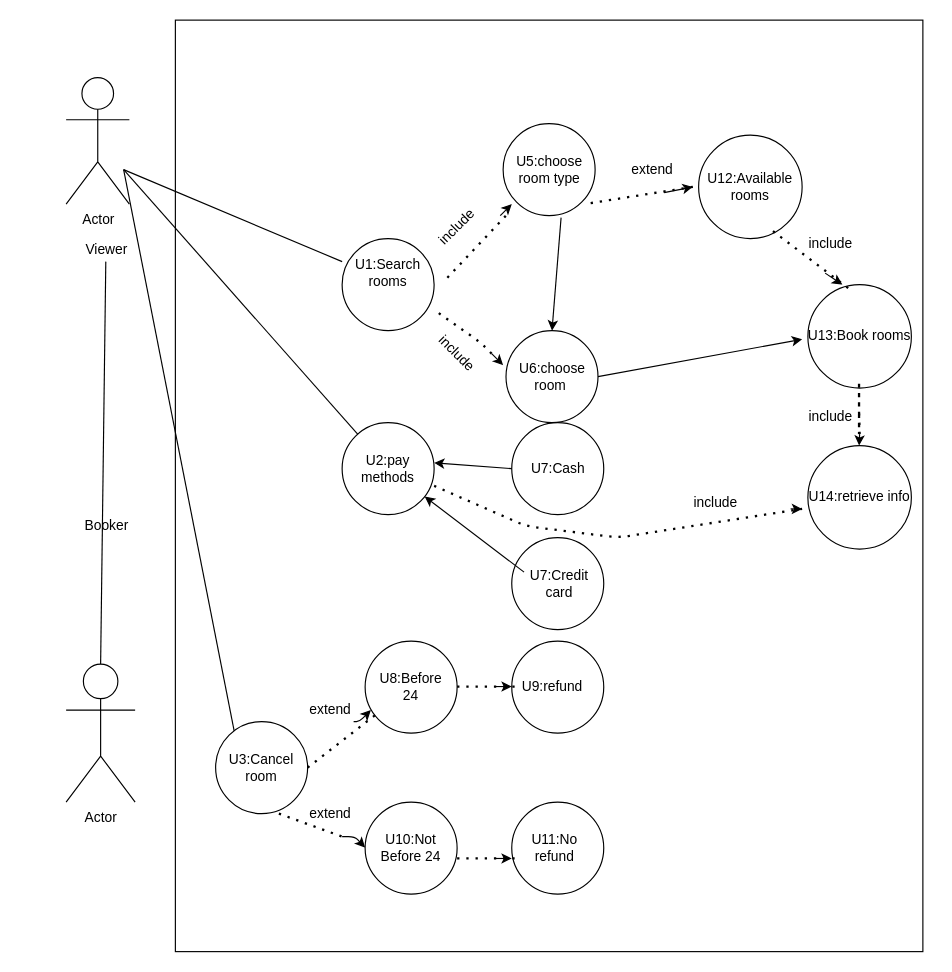
Earlier version of the draw.io diagram Hotel System Diagram.drawio (hadeelsala7/UserCase-HomeWork). Source tidied: cells renumbered, new cells numbered last; positions are measured from the earlier drawing's top-left corner, leaving out a move shared by most shapes. Both pictures are drawn from the tidied source at 115%, with x=0, y=0 at pixel (66, 20).
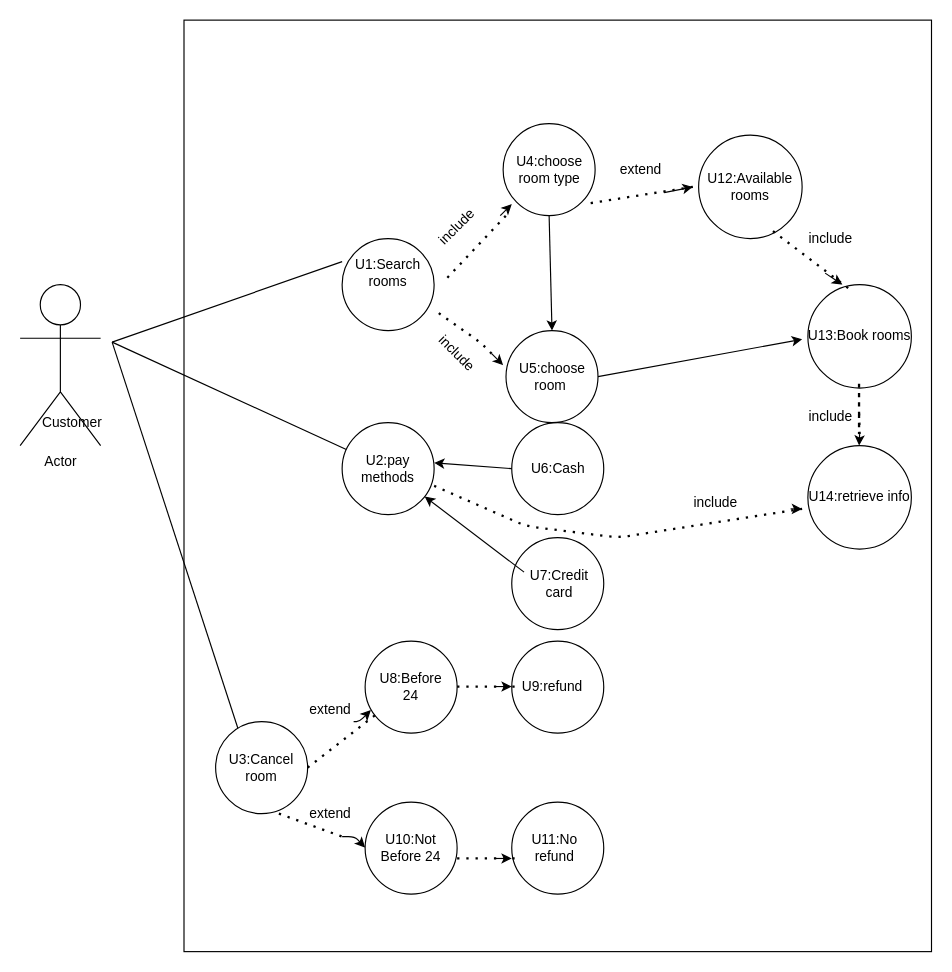
After the change.

The change refers to these unchanged cells:
```xml
<mxCell id="10" style="ellipse;whiteSpace=wrap;html=1;" parent="1" vertex="1">
  <mxGeometry x="240" y="350" width="80" height="80" as="geometry" />
</mxCell>
<mxCell id="14" value="U1:Search rooms" style="text;html=1;strokeColor=none;fillColor=none;align=center;verticalAlign=middle;whiteSpace=wrap;rounded=0;" parent="1" vertex="1">
  <mxGeometry x="240" y="210" width="80" height="20" as="geometry" />
</mxCell>
<mxCell id="17" style="ellipse;whiteSpace=wrap;html=1;" parent="1" vertex="1">
  <mxGeometry x="382.5" y="270" width="80" height="80" as="geometry" />
</mxCell>
<mxCell id="19" style="ellipse;whiteSpace=wrap;html=1;" parent="1" vertex="1">
  <mxGeometry x="380" y="90" width="80" height="80" as="geometry" />
</mxCell>
```

Diff of the diagram source:
```diff
@@
     <mxCell id="2" style="rounded=0;whiteSpace=wrap;html=1;" parent="1" vertex="1">
-      <mxGeometry x="95" width="650" height="810" as="geometry" />
+      <mxGeometry x="102.5" width="650" height="810" as="geometry" />
     </mxCell>
     <mxCell id="3" value="Actor" style="shape=umlActor;verticalLabelPosition=bottom;verticalAlign=top;html=1;" parent="1" vertex="1">
-      <mxGeometry y="50" width="55" height="110" as="geometry" />
+      <mxGeometry x="-40" y="230" width="70" height="140" as="geometry" />
     </mxCell>
-    <mxCell id="4" value="Actor" style="shape=umlActor;verticalLabelPosition=bottom;verticalAlign=top;html=1;outlineConnect=0;" parent="1" vertex="1">
-      <mxGeometry y="560" width="60" height="120" as="geometry" />
-    </mxCell>
-    <mxCell id="5" value="Booker&lt;br&gt;" style="text;html=1;align=center;verticalAlign=middle;" parent="1" vertex="1">
-      <mxGeometry x="10" y="430" width="50" height="20" as="geometry" />
-    </mxCell>
-    <mxCell id="6" value="Viewer" style="text;html=1;align=center;verticalAlign=middle;" parent="1" vertex="1">
-      <mxGeometry x="10" y="190" width="50" height="20" as="geometry" />
+    <mxCell id="6" value="Customer" style="text;html=1;align=center;verticalAlign=middle;" parent="1" vertex="1">
+      <mxGeometry x="-30" y="340" width="70" height="20" as="geometry" />
     </mxCell>
     <mxCell id="7" style="endArrow=none;html=1;entryX=0;entryY=0;entryDx=0;entryDy=0;" parent="1" edge="1" target="14">
       <mxGeometry relative="1" as="geometry">
-        <mxPoint x="50" y="130" as="sourcePoint" />
+        <mxPoint x="40" y="280" as="sourcePoint" />
       </mxGeometry>
     </mxCell>
@@
     <mxCell id="9" style="endArrow=none;html=1;" parent="1" edge="1" target="10">
       <mxGeometry relative="1" as="geometry">
-        <mxPoint x="50" y="130" as="sourcePoint" />
+        <mxPoint x="40" y="280" as="sourcePoint" />
       </mxGeometry>
     </mxCell>
@@
-    <mxCell id="11" style="endArrow=none;html=1;exitX=0.5;exitY=0;exitDx=0;exitDy=0;exitPerimeter=0;" parent="1" edge="1" source="4">
-      <mxGeometry relative="1" as="geometry">
-        <mxPoint x="34.5" y="210" as="targetPoint" />
-      </mxGeometry>
-    </mxCell>
     <mxCell id="12" style="endArrow=none;html=1;entryX=0.087;entryY=0.797;entryDx=0;entryDy=0;entryPerimeter=0;" parent="1" edge="1" target="2">
       <mxGeometry relative="1" as="geometry">
-        <mxPoint x="50" y="130" as="sourcePoint" />
+        <mxPoint x="40" y="280" as="sourcePoint" />
       </mxGeometry>
     </mxCell>
@@
-    <mxCell id="20" value="U5:choose room type" style="text;html=1;strokeColor=none;fillColor=none;align=center;verticalAlign=middle;whiteSpace=wrap;rounded=0;" parent="1" vertex="1">
+    <mxCell id="20" value="U4:choose room type" style="text;html=1;strokeColor=none;fillColor=none;align=center;verticalAlign=middle;whiteSpace=wrap;rounded=0;" parent="1" vertex="1">
       <mxGeometry x="383.8" y="110" width="72.5" height="40" as="geometry" />
     </mxCell>
-    <mxCell id="21" value="U6:choose room&amp;nbsp;" style="text;html=1;strokeColor=none;fillColor=none;align=center;verticalAlign=middle;whiteSpace=wrap;rounded=0;" parent="1" vertex="1">
+    <mxCell id="21" value="U5:choose room&amp;nbsp;" style="text;html=1;strokeColor=none;fillColor=none;align=center;verticalAlign=middle;whiteSpace=wrap;rounded=0;" parent="1" vertex="1">
       <mxGeometry x="382.5" y="300" width="80" height="20" as="geometry" />
     </mxCell>
@@
-    <mxCell id="26" style="endArrow=classic;html=1;exitX=0.516;exitY=0.212;exitDx=0;exitDy=0;exitPerimeter=0;entryX=0.5;entryY=0;entryDx=0;entryDy=0;" parent="1" edge="1" source="2" target="17">
+    <mxCell id="26" style="endArrow=classic;html=1;exitX=0.5;exitY=1;exitDx=0;exitDy=0;entryX=0.5;entryY=0;entryDx=0;entryDy=0;" parent="1" edge="1" source="19" target="17">
       <mxGeometry relative="1" as="geometry" />
     </mxCell>
@@
-    <mxCell id="28" value="U7:Cash" style="text;html=1;strokeColor=none;fillColor=none;align=center;verticalAlign=middle;whiteSpace=wrap;rounded=0;" parent="1" vertex="1">
+    <mxCell id="28" value="U6:Cash" style="text;html=1;strokeColor=none;fillColor=none;align=center;verticalAlign=middle;whiteSpace=wrap;rounded=0;" parent="1" vertex="1">
       <mxGeometry x="387.5" y="380" width="80" height="20" as="geometry" />
     </mxCell>
@@
-    <mxCell id="70" value="extend" style="text;html=1;strokeColor=none;fillColor=none;align=center;verticalAlign=middle;whiteSpace=wrap;rounded=0;rotation=0;" parent="1" vertex="1">
-      <mxGeometry x="490" y="120" width="40" height="20" as="geometry" />
+    <mxCell id="70" value="include" style="text;html=1;strokeColor=none;fillColor=none;align=center;verticalAlign=middle;whiteSpace=wrap;rounded=0;rotation=0;" parent="1" vertex="1">
+      <mxGeometry x="645" y="180" width="40" height="20" as="geometry" />
     </mxCell>
-    <mxCell id="71" value="include" style="text;html=1;strokeColor=none;fillColor=none;align=center;verticalAlign=middle;whiteSpace=wrap;rounded=0;rotation=0;" parent="1" vertex="1">
-      <mxGeometry x="645" y="190" width="40" height="10" as="geometry" />
-    </mxCell>
+    <mxCell id="72" value="extend" style="text;html=1;strokeColor=none;fillColor=none;align=center;verticalAlign=middle;whiteSpace=wrap;rounded=0;rotation=0;" parent="1" vertex="1">
+      <mxGeometry x="480" y="120" width="40" height="20" as="geometry" />
+    </mxCell>
```
